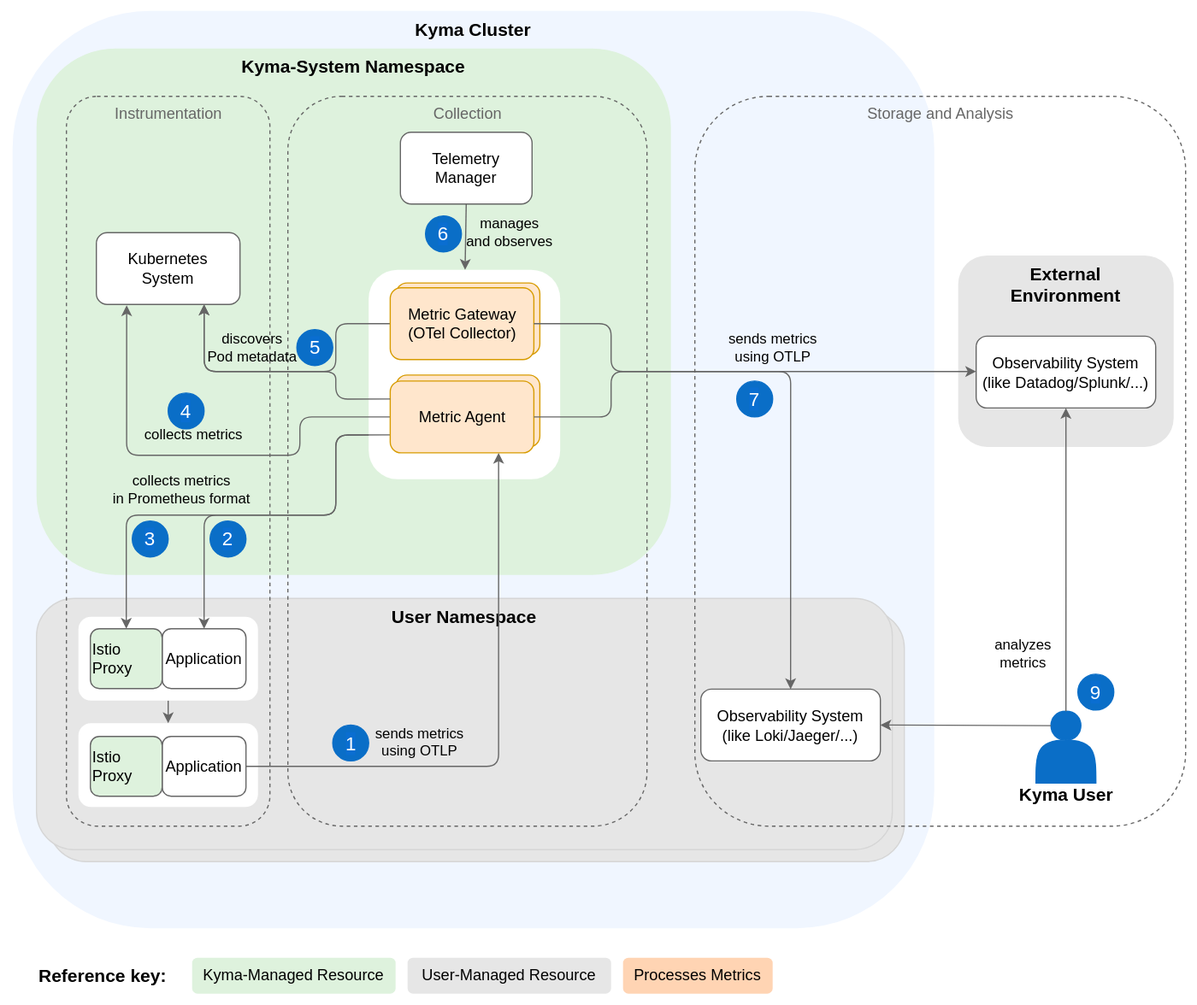
Earlier version of the draw.io export docs/user/assets/metrics-arch.drawio.svg (kyma-project/telemetry-manager). Source tidied: cells renumbered, new cells last; positions are measured from the earlier drawing's top-left corner, leaving out a move shared by most shapes.
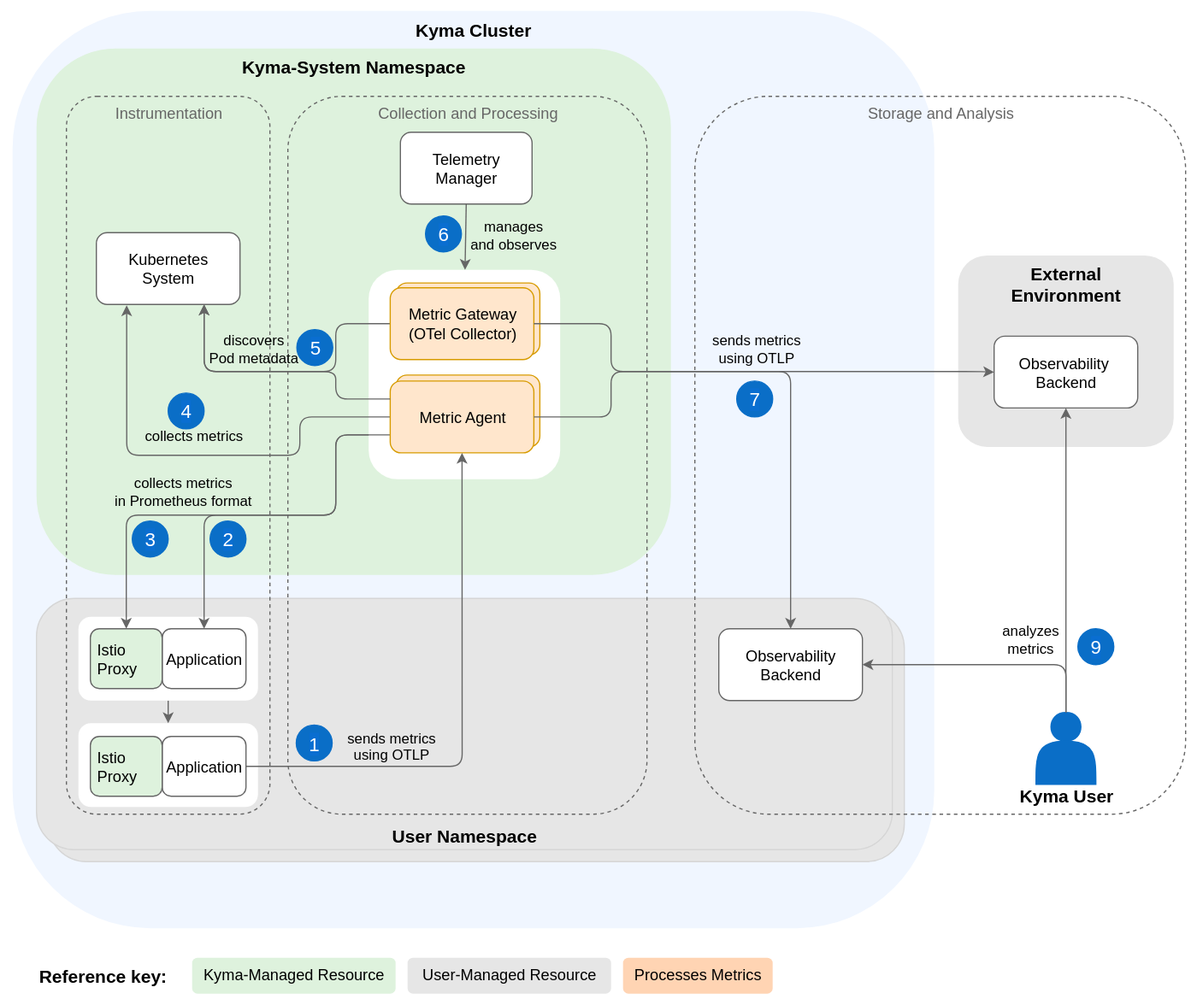
The same diagram one commit later.

Change to the diagram source:
```diff
@@ -14,23 +14,23 @@
     <mxCell id="5" style="rounded=1;whiteSpace=wrap;html=1;fillColor=#E6E6E6;strokeColor=#d6d6d6;" parent="1" vertex="1">
       <mxGeometry x="40" y="509.7" width="715" height="210" as="geometry" />
     </mxCell>
-    <mxCell id="6" value="&lt;b style=&quot;color: rgb(0, 0, 0); font-size: 15px;&quot;&gt;User Namespace&lt;br style=&quot;font-size: 15px;&quot;&gt;&lt;/b&gt;" style="rounded=1;whiteSpace=wrap;html=1;fillColor=#E6E6E6;strokeColor=#D6D6D6;verticalAlign=top;fontSize=15;" parent="1" vertex="1">
+    <mxCell id="6" value="&lt;b style=&quot;color: rgb(0, 0, 0); font-size: 15px;&quot;&gt;User Namespace&lt;br style=&quot;font-size: 15px;&quot;&gt;&lt;/b&gt;" style="rounded=1;whiteSpace=wrap;html=1;fillColor=#E6E6E6;strokeColor=#D6D6D6;verticalAlign=bottom;fontSize=15;" parent="1" vertex="1">
       <mxGeometry x="30" y="499.7" width="715" height="210" as="geometry" />
     </mxCell>
     <mxCell id="7" value="&lt;font color=&quot;#666666&quot; style=&quot;font-size: 13px;&quot;&gt;Storage and Analysis&lt;br style=&quot;font-size: 13px;&quot;&gt;&lt;/font&gt;" style="html=1;fillColor=none;strokeColor=#666666;rounded=1;dashed=1;verticalAlign=top;fontSize=13;" parent="1" vertex="1">
-      <mxGeometry x="580" y="80" width="410" height="610" as="geometry" />
+      <mxGeometry x="580" y="80" width="410" height="600" as="geometry" />
     </mxCell>
     <mxCell id="8" value="&lt;b style=&quot;color: rgb(0, 0, 0); font-size: 15px;&quot;&gt;&lt;font style=&quot;font-size: 15px;&quot;&gt;External&lt;br style=&quot;font-size: 15px;&quot;&gt;Environment&lt;br style=&quot;font-size: 15px;&quot;&gt;&lt;/font&gt;&lt;/b&gt;" style="rounded=1;whiteSpace=wrap;html=1;fillColor=#e6e6e6;strokeColor=none;fontColor=#333333;verticalAlign=top;fontSize=15;" parent="1" vertex="1">
       <mxGeometry x="800" y="213" width="180" height="160" as="geometry" />
     </mxCell>
-    <mxCell id="9" value="Observability System&lt;br style=&quot;font-size: 13px;&quot;&gt;(like Datadog/Splunk/...)" style="rounded=1;whiteSpace=wrap;html=1;fontColor=#000000;fillColor=#FFFFFF;strokeColor=#666666;fontSize=13;" parent="1" vertex="1">
-      <mxGeometry x="815" y="280.5" width="150" height="60" as="geometry" />
+    <mxCell id="9" value="Observability&amp;nbsp;&lt;div&gt;Backend&lt;/div&gt;" style="rounded=1;whiteSpace=wrap;html=1;fontColor=#000000;fillColor=#FFFFFF;strokeColor=#666666;fontSize=13;" parent="1" vertex="1">
+      <mxGeometry x="830" y="280.5" width="120" height="60" as="geometry" />
     </mxCell>
-    <mxCell id="10" value="Observability System&lt;br style=&quot;font-size: 13px;&quot;&gt;(like Loki/Jaeger/...)" style="rounded=1;whiteSpace=wrap;html=1;fontColor=#000000;fillColor=#FFFFFF;strokeColor=#666666;fontSize=13;" parent="1" vertex="1">
-      <mxGeometry x="585" y="575.5" width="150" height="60" as="geometry" />
+    <mxCell id="10" value="Observability&lt;div&gt;Backend&lt;/div&gt;" style="rounded=1;whiteSpace=wrap;html=1;fontColor=#000000;fillColor=#FFFFFF;strokeColor=#666666;fontSize=13;" parent="1" vertex="1">
+      <mxGeometry x="600" y="525" width="120" height="60" as="geometry" />
     </mxCell>
     <mxCell id="11" value="&lt;font color=&quot;#666666&quot; style=&quot;font-size: 13px;&quot;&gt;Instrumentation&lt;br style=&quot;font-size: 13px;&quot;&gt;&lt;/font&gt;" style="html=1;fillColor=none;strokeColor=#666666;rounded=1;dashed=1;verticalAlign=top;fontSize=13;" parent="1" vertex="1">
-      <mxGeometry x="55" y="80" width="170" height="610" as="geometry" />
+      <mxGeometry x="55" y="80" width="170" height="600" as="geometry" />
     </mxCell>
     <mxCell id="12" style="edgeStyle=orthogonalEdgeStyle;rounded=1;jettySize=auto;html=1;entryX=0.5;entryY=0;entryDx=0;entryDy=0;strokeColor=#666666;exitX=0.5;exitY=1;exitDx=0;exitDy=0;" parent="1" edge="1" source="33" target="34">
       <mxGeometry relative="1" as="geometry" />
@@ -38,8 +38,8 @@
     <mxCell id="13" value="Kubernetes&lt;br style=&quot;font-size: 13px;&quot;&gt;System" style="rounded=1;whiteSpace=wrap;html=1;fillColor=#FFFFFF;strokeColor=#666666;fontColor=#000000;fontSize=13;" parent="1" vertex="1">
       <mxGeometry x="80" y="194" width="120" height="60" as="geometry" />
     </mxCell>
-    <mxCell id="14" value="&lt;font color=&quot;#666666&quot; style=&quot;font-size: 13px;&quot;&gt;Collection&lt;br style=&quot;font-size: 13px;&quot;&gt;&lt;/font&gt;" style="html=1;fillColor=none;strokeColor=#666666;rounded=1;dashed=1;verticalAlign=top;fontSize=13;" parent="1" vertex="1">
-      <mxGeometry x="240" y="80" width="300" height="610" as="geometry" />
+    <mxCell id="14" value="&lt;font color=&quot;#666666&quot; style=&quot;font-size: 13px;&quot;&gt;Collection and Processing&lt;br style=&quot;font-size: 13px;&quot;&gt;&lt;/font&gt;" style="html=1;fillColor=none;strokeColor=#666666;rounded=1;dashed=1;verticalAlign=top;fontSize=13;" parent="1" vertex="1">
+      <mxGeometry x="240" y="80" width="300" height="600" as="geometry" />
     </mxCell>
     <mxCell id="15" value="&lt;font style=&quot;font-size: 15px;&quot;&gt;&lt;b&gt;Reference key:&lt;/b&gt;&lt;/font&gt;" style="text;html=1;align=center;verticalAlign=middle;strokeColor=none;fillColor=default;" parent="1" vertex="1">
       <mxGeometry x="20" y="800" width="130" height="30" as="geometry" />
@@ -48,7 +48,7 @@
       <mxGeometry x="520" y="800" width="125" height="30" as="geometry" />
     </mxCell>
     <mxCell id="17" style="group;" parent="1" vertex="1">
-      <mxGeometry x="845" y="589" width="90" height="79" as="geometry" />
+      <mxGeometry x="845" y="590" width="90" height="79" as="geometry" />
     </mxCell>
     <mxCell id="18" style="group;" parent="17" vertex="1">
       <mxGeometry y="5" width="90" height="79" as="geometry" />
@@ -69,18 +69,18 @@
     </mxCell>
     <mxCell id="22" value="&lt;font style=&quot;font-size: 12px;&quot;&gt;analyzes &lt;br&gt;metrics&lt;/font&gt;" style="edgeLabel;html=1;align=center;verticalAlign=middle;" parent="21" vertex="1">
       <mxGeometry x="-0.05" relative="1" as="geometry">
-        <mxPoint x="-36" y="72" as="offset" />
+        <mxPoint x="-31" y="60" as="offset" />
       </mxGeometry>
     </mxCell>
-    <mxCell id="23" style="rounded=1;jettySize=auto;html=1;strokeColor=#666666;exitX=0.25;exitY=0.2;exitDx=0;exitDy=0;exitPerimeter=0;edgeStyle=orthogonalEdgeStyle;entryX=1;entryY=0.5;entryDx=0;entryDy=0;" parent="1" edge="1" source="19" target="10">
+    <mxCell id="23" style="rounded=1;jettySize=auto;html=1;strokeColor=#666666;exitX=0.5;exitY=0;exitDx=0;exitDy=0;edgeStyle=orthogonalEdgeStyle;entryX=1;entryY=0.5;entryDx=0;entryDy=0;" parent="1" edge="1" source="19" target="10">
       <mxGeometry relative="1" as="geometry">
         <Array as="points">
-          <mxPoint x="735" y="606" />
+          <mxPoint x="890" y="555" />
         </Array>
       </mxGeometry>
     </mxCell>
     <mxCell id="24" value="&lt;span style=&quot;font-size: 16px;&quot;&gt;9&lt;/span&gt;" style="ellipse;whiteSpace=wrap;html=1;labelBackgroundColor=#0A6ED1;fontColor=#FFFFFF;fillColor=#0A6EC7;strokeColor=#0A6EC7;" parent="1" vertex="1">
-      <mxGeometry x="900" y="563" width="30" height="30" as="geometry" />
+      <mxGeometry x="900" y="525" width="30" height="30" as="geometry" />
     </mxCell>
     <mxCell id="25" value="&lt;font style=&quot;font-size: 16px&quot;&gt;7&lt;/font&gt;" style="ellipse;whiteSpace=wrap;html=1;labelBackgroundColor=#0A6ED1;fontColor=#FFFFFF;fillColor=#0A6EC7;strokeColor=#0A6EC7;" parent="1" vertex="1">
       <mxGeometry x="615" y="318" width="30" height="30" as="geometry" />
@@ -92,7 +92,7 @@
       <mxGeometry x="355" y="180" width="30" height="30" as="geometry" />
     </mxCell>
     <mxCell id="28" value="&lt;font style=&quot;font-size: 16px&quot;&gt;1&lt;/font&gt;" style="ellipse;whiteSpace=wrap;html=1;labelBackgroundColor=#0A6ED1;fontColor=#FFFFFF;fillColor=#0A6EC7;strokeColor=#0A6EC7;" parent="1" vertex="1">
-      <mxGeometry x="277.5" y="605.5" width="30" height="30" as="geometry" />
+      <mxGeometry x="247" y="605.5" width="30" height="30" as="geometry" />
     </mxCell>
     <mxCell id="29" value="&lt;font style=&quot;font-size: 16px&quot;&gt;2&lt;/font&gt;" style="ellipse;whiteSpace=wrap;html=1;labelBackgroundColor=#0A6ED1;fontColor=#FFFFFF;fillColor=#0A6EC7;strokeColor=#0A6EC7;" parent="1" vertex="1">
       <mxGeometry x="175" y="435" width="30" height="30" as="geometry" />
@@ -197,7 +197,7 @@
     </mxCell>
     <mxCell id="52" value="&lt;span style=&quot;font-size: 12px;&quot;&gt;manages&lt;br style=&quot;font-size: 12px;&quot;&gt;and observes&lt;/span&gt;" style="edgeLabel;html=1;align=center;verticalAlign=middle;labelBackgroundColor=none;fontSize=12;" parent="51" vertex="1">
       <mxGeometry x="0.21" y="3" relative="1" as="geometry">
-        <mxPoint x="34" y="-9" as="offset" />
+        <mxPoint x="36" y="-9" as="offset" />
       </mxGeometry>
     </mxCell>
     <mxCell id="53" style="rounded=1;whiteSpace=wrap;html=1;fontSize=13;strokeColor=#D79B00;fillColor=#FFE6CC;" parent="1" vertex="1">
@@ -260,17 +260,16 @@
         <mxPoint x="80" y="-24" as="offset" />
       </mxGeometry>
     </mxCell>
-    <mxCell id="63" style="edgeStyle=orthogonalEdgeStyle;rounded=1;jettySize=auto;html=1;startArrow=none;startFill=0;endArrow=classic;endFill=1;strokeColor=#666666;exitX=1;exitY=0.5;exitDx=0;exitDy=0;entryX=0.75;entryY=1;entryDx=0;entryDy=0;" parent="1" edge="1" source="35" target="56">
+    <mxCell id="63" style="edgeStyle=orthogonalEdgeStyle;rounded=1;jettySize=auto;html=1;startArrow=none;startFill=0;endArrow=classic;endFill=1;strokeColor=#666666;exitX=1;exitY=0.5;exitDx=0;exitDy=0;entryX=0.5;entryY=1;entryDx=0;entryDy=0;" parent="1" edge="1" source="35" target="56">
       <mxGeometry relative="1" as="geometry">
         <Array as="points">
-          <mxPoint x="416" y="640" />
-          <mxPoint x="416" y="378" />
+          <mxPoint x="386" y="640" />
         </Array>
       </mxGeometry>
     </mxCell>
     <mxCell id="64" value="sends metrics&#10;using OTLP" style="edgeLabel;align=center;verticalAlign=middle;labelBackgroundColor=none;fontSize=12;" parent="63" vertex="1">
       <mxGeometry x="-0.13" y="1" relative="1" as="geometry">
-        <mxPoint x="-61" y="-20" as="offset" />
+        <mxPoint x="-59" y="-7" as="offset" />
       </mxGeometry>
     </mxCell>
     <mxCell id="65" value="&lt;font style=&quot;font-size: 16px&quot;&gt;5&lt;/font&gt;" style="ellipse;whiteSpace=wrap;html=1;labelBackgroundColor=#0A6ED1;fontColor=#FFFFFF;fillColor=#0A6EC7;strokeColor=#0A6EC7;" parent="1" vertex="1">
```
